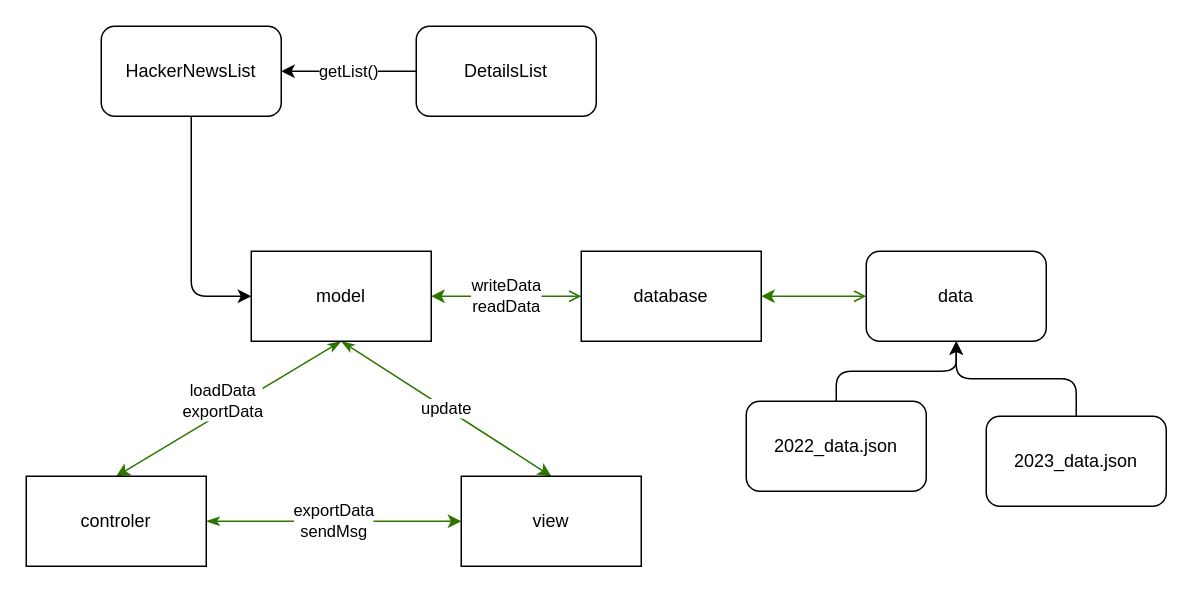
Earlier version of the draw.io diagram docs/model/overview.drawio (tower-town/Koala-Hacker-News). Source tidied: cells renumbered, new cells numbered last; positions are measured from the earlier drawing's top-left corner, leaving out a move shared by most shapes. Both pictures are drawn from the tidied source at 150%, with x=0, y=0 at pixel (26, 26).
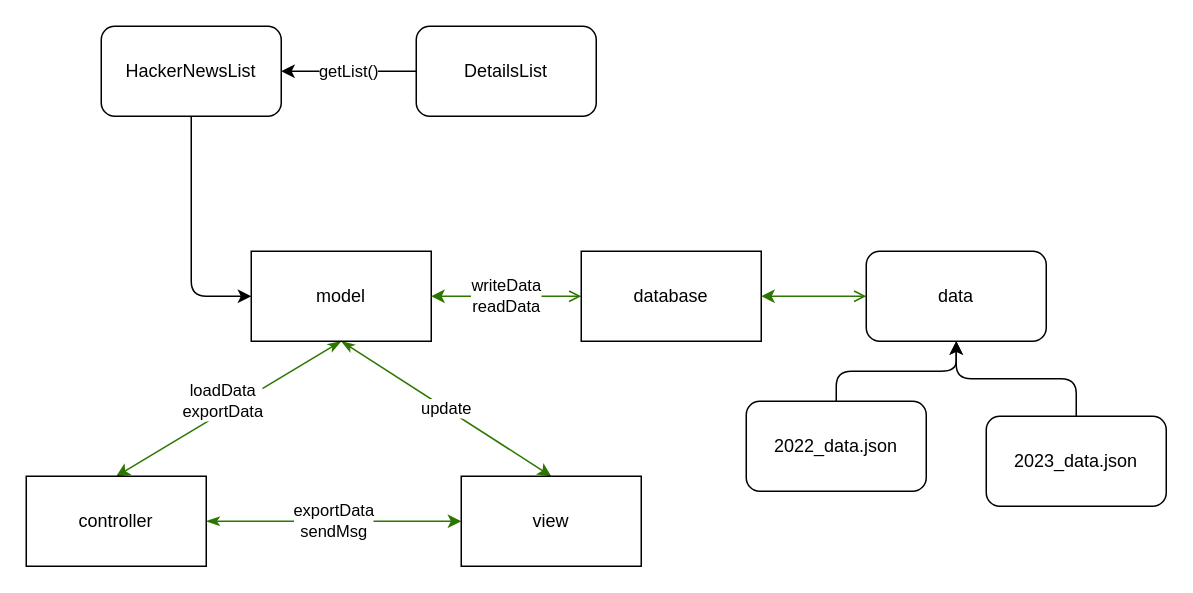
The same diagram, later.

What changed in the source:
```diff
@@
-    <mxCell id="19" value="controler" style="rounded=0;whiteSpace=wrap;html=1;" parent="1" vertex="1">
+    <mxCell id="19" value="controller" style="rounded=0;whiteSpace=wrap;html=1;" parent="1" vertex="1">
       <mxGeometry y="300" width="120" height="60" as="geometry" />
     </mxCell>
```
